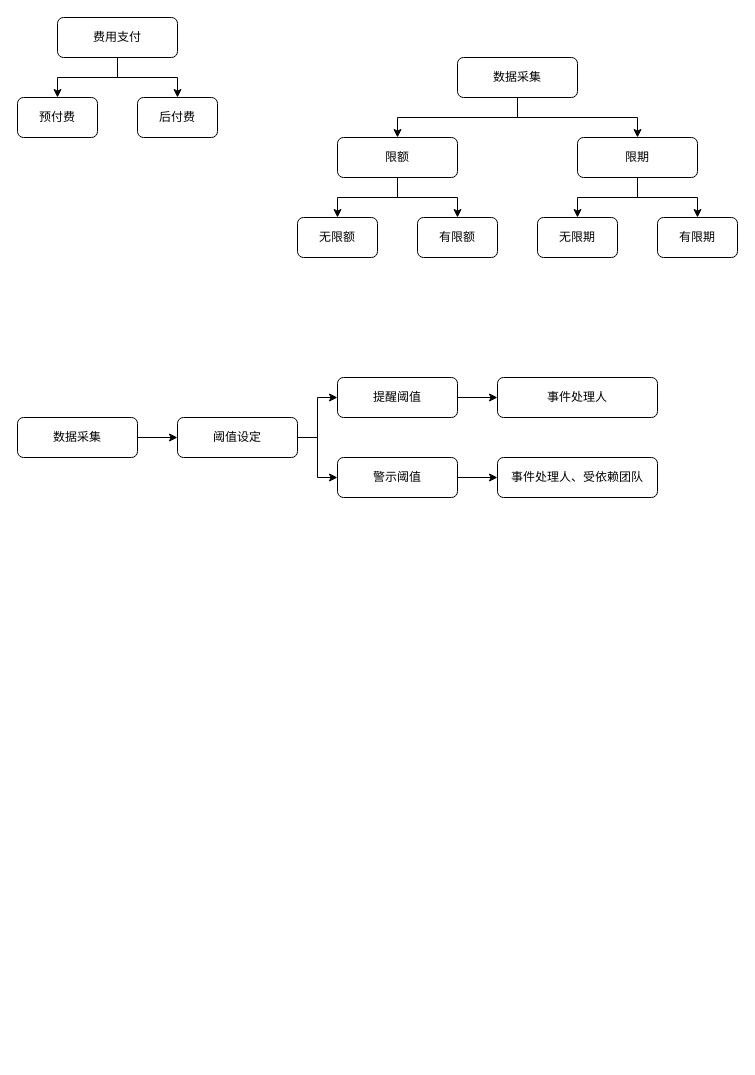
Above: page "Page-1" (1 of 3) of logichth3.drawio in zhangjiongcn/drawio (draw.io), before the change. Source tidied: cells renumbered, new cells numbered last; positions are measured from the earlier drawing's top-left corner, leaving out a move shared by most shapes. Both pictures are drawn from the tidied source at 100%, with x=0, y=0 at pixel (17, 17).
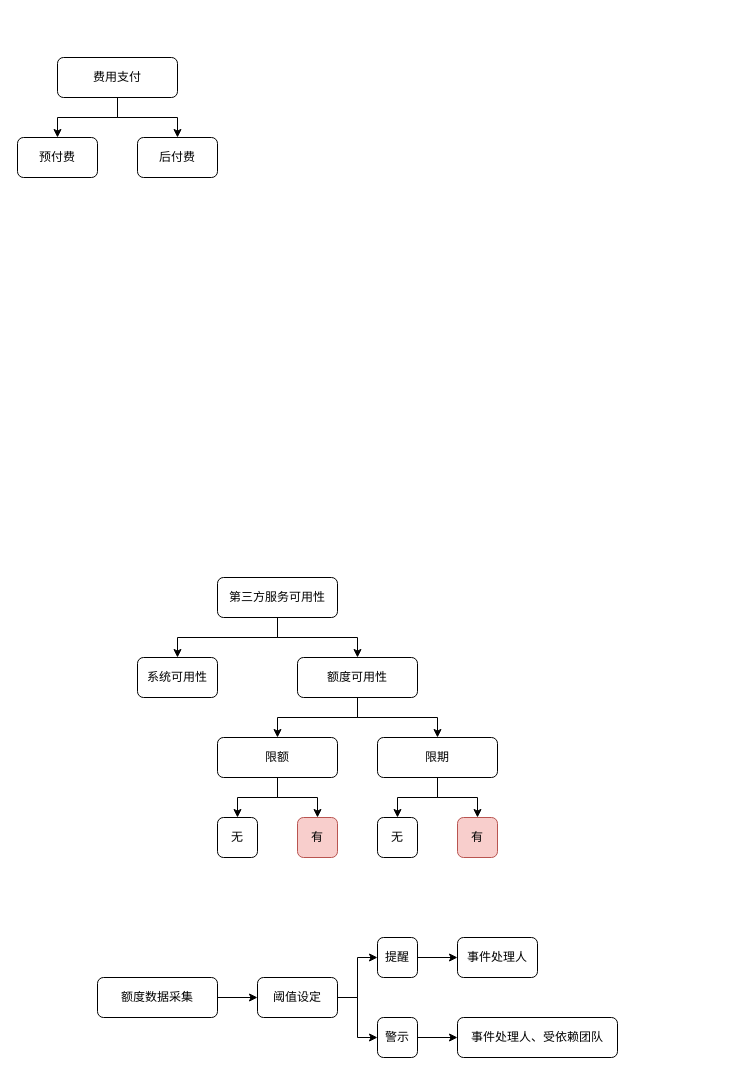
After the change.

Change to the diagram source:
```diff
@@
     <mxCell id="4" value="费用支付" style="rounded=1;whiteSpace=wrap;html=1;" parent="1" vertex="1">
-      <mxGeometry x="40" width="120" height="40" as="geometry" />
+      <mxGeometry x="40" y="40" width="120" height="40" as="geometry" />
     </mxCell>
     <mxCell id="5" value="预付费" style="rounded=1;whiteSpace=wrap;html=1;" parent="1" vertex="1">
-      <mxGeometry y="80" width="80" height="40" as="geometry" />
+      <mxGeometry y="120" width="80" height="40" as="geometry" />
     </mxCell>
     <mxCell id="6" value="后付费" style="rounded=1;whiteSpace=wrap;html=1;" parent="1" vertex="1">
-      <mxGeometry x="120" y="80" width="80" height="40" as="geometry" />
+      <mxGeometry x="120" y="120" width="80" height="40" as="geometry" />
     </mxCell>
@@
     <mxCell id="9" value="限额" style="rounded=1;whiteSpace=wrap;html=1;" parent="1" vertex="1">
-      <mxGeometry x="320" y="120" width="120" height="40" as="geometry" />
+      <mxGeometry x="200" y="720" width="120" height="40" as="geometry" />
     </mxCell>
-    <mxCell id="10" value="无限额" style="rounded=1;whiteSpace=wrap;html=1;" parent="1" vertex="1">
-      <mxGeometry x="280" y="200" width="80" height="40" as="geometry" />
+    <mxCell id="10" value="无" style="rounded=1;whiteSpace=wrap;html=1;" parent="1" vertex="1">
+      <mxGeometry x="200" y="800" width="40" height="40" as="geometry" />
     </mxCell>
-    <mxCell id="11" value="有限额" style="rounded=1;whiteSpace=wrap;html=1;" parent="1" vertex="1">
-      <mxGeometry x="400" y="200" width="80" height="40" as="geometry" />
+    <mxCell id="11" value="有" style="rounded=1;whiteSpace=wrap;html=1;fillColor=#f8cecc;strokeColor=#b85450;" parent="1" vertex="1">
+      <mxGeometry x="280" y="800" width="40" height="40" as="geometry" />
     </mxCell>
@@
     <mxCell id="14" value="限期" style="rounded=1;whiteSpace=wrap;html=1;" parent="1" vertex="1">
-      <mxGeometry x="560" y="120" width="120" height="40" as="geometry" />
+      <mxGeometry x="360" y="720" width="120" height="40" as="geometry" />
     </mxCell>
-    <mxCell id="15" value="无限期" style="rounded=1;whiteSpace=wrap;html=1;" parent="1" vertex="1">
-      <mxGeometry x="520" y="200" width="80" height="40" as="geometry" />
+    <mxCell id="15" value="无" style="rounded=1;whiteSpace=wrap;html=1;" parent="1" vertex="1">
+      <mxGeometry x="360" y="800" width="40" height="40" as="geometry" />
     </mxCell>
-    <mxCell id="16" value="有限期" style="rounded=1;whiteSpace=wrap;html=1;" parent="1" vertex="1">
-      <mxGeometry x="640" y="200" width="80" height="40" as="geometry" />
+    <mxCell id="16" value="有" style="rounded=1;whiteSpace=wrap;html=1;fillColor=#f8cecc;strokeColor=#b85450;" parent="1" vertex="1">
+      <mxGeometry x="440" y="800" width="40" height="40" as="geometry" />
     </mxCell>
@@
-    <mxCell id="18" value="数据采集" style="rounded=1;whiteSpace=wrap;html=1;" parent="1" vertex="1">
-      <mxGeometry y="400" width="120" height="40" as="geometry" />
+    <mxCell id="18" value="额度数据采集" style="rounded=1;whiteSpace=wrap;html=1;" parent="1" vertex="1">
+      <mxGeometry x="80" y="960" width="120" height="40" as="geometry" />
     </mxCell>
@@
     <mxCell id="21" value="阈值设定" style="rounded=1;whiteSpace=wrap;html=1;" parent="1" vertex="1">
-      <mxGeometry x="160" y="400" width="120" height="40" as="geometry" />
+      <mxGeometry x="240" y="960" width="80" height="40" as="geometry" />
     </mxCell>
@@
-    <mxCell id="23" value="提醒阈值" style="rounded=1;whiteSpace=wrap;html=1;" parent="1" vertex="1">
-      <mxGeometry x="320" y="360" width="120" height="40" as="geometry" />
+    <mxCell id="23" value="提醒" style="rounded=1;whiteSpace=wrap;html=1;" parent="1" vertex="1">
+      <mxGeometry x="360" y="920" width="40" height="40" as="geometry" />
     </mxCell>
     <mxCell id="24" value="事件处理人" style="rounded=1;whiteSpace=wrap;html=1;" parent="1" vertex="1">
-      <mxGeometry x="480" y="360" width="160" height="40" as="geometry" />
+      <mxGeometry x="440" y="920" width="80" height="40" as="geometry" />
     </mxCell>
@@
-    <mxCell id="26" value="警示阈值" style="rounded=1;whiteSpace=wrap;html=1;" parent="1" vertex="1">
-      <mxGeometry x="320" y="440" width="120" height="40" as="geometry" />
+    <mxCell id="26" value="警示" style="rounded=1;whiteSpace=wrap;html=1;" parent="1" vertex="1">
+      <mxGeometry x="360" y="1000" width="40" height="40" as="geometry" />
     </mxCell>
     <mxCell id="27" value="事件处理人、受依赖团队" style="rounded=1;whiteSpace=wrap;html=1;" parent="1" vertex="1">
-      <mxGeometry x="480" y="440" width="160" height="40" as="geometry" />
+      <mxGeometry x="440" y="1000" width="160" height="40" as="geometry" />
     </mxCell>
-    <mxCell id="28" style="edgeStyle=orthogonalEdgeStyle;rounded=0;jettySize=auto;html=1;" parent="1" edge="1" source="30" target="9">
+    <mxCell id="28" style="edgeStyle=orthogonalEdgeStyle;rounded=0;jettySize=auto;html=1;exitX=0.5;exitY=1;exitDx=0;exitDy=0;" parent="1" edge="1" source="35" target="9">
       <mxGeometry relative="1" as="geometry" />
     </mxCell>
-    <mxCell id="29" style="edgeStyle=orthogonalEdgeStyle;rounded=0;jettySize=auto;html=1;" parent="1" edge="1" source="30" target="14">
+    <mxCell id="29" style="edgeStyle=orthogonalEdgeStyle;rounded=0;jettySize=auto;html=1;exitX=0.5;exitY=1;exitDx=0;exitDy=0;" parent="1" edge="1" source="35" target="14">
       <mxGeometry relative="1" as="geometry" />
     </mxCell>
-    <mxCell id="30" value="数据采集" style="rounded=1;whiteSpace=wrap;html=1;" parent="1" vertex="1">
-      <mxGeometry x="440" y="40" width="120" height="40" as="geometry" />
-    </mxCell>
+    <mxCell id="31" style="edgeStyle=orthogonalEdgeStyle;rounded=0;jettySize=auto;html=1;entryX=0.5;entryY=0;entryDx=0;entryDy=0;" parent="1" edge="1" source="33" target="34">
+      <mxGeometry relative="1" as="geometry" />
+    </mxCell>
+    <mxCell id="32" style="edgeStyle=orthogonalEdgeStyle;rounded=0;jettySize=auto;html=1;" parent="1" edge="1" source="33" target="35">
+      <mxGeometry relative="1" as="geometry" />
+    </mxCell>
+    <mxCell id="33" value="第三方服务可用性" style="rounded=1;whiteSpace=wrap;html=1;" parent="1" vertex="1">
+      <mxGeometry x="200" y="560" width="120" height="40" as="geometry" />
+    </mxCell>
+    <mxCell id="34" value="系统可用性" style="rounded=1;whiteSpace=wrap;html=1;" parent="1" vertex="1">
+      <mxGeometry x="120" y="640" width="80" height="40" as="geometry" />
+    </mxCell>
+    <mxCell id="35" value="额度可用性" style="rounded=1;whiteSpace=wrap;html=1;" parent="1" vertex="1">
+      <mxGeometry x="280" y="640" width="120" height="40" as="geometry" />
+    </mxCell>
```
